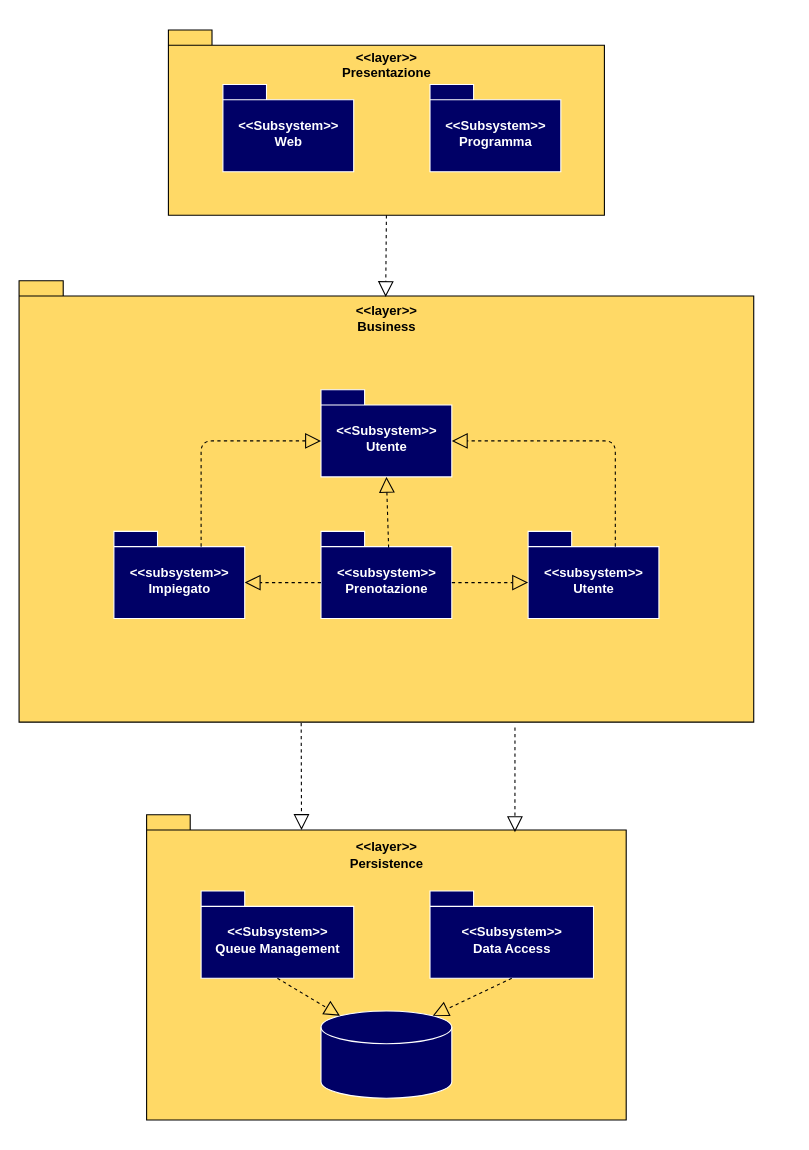
Above: Documenti/SDD/Decoposizione del Sistema/Decoposition.drawio in Givaa/MedQueue (draw.io), before the change. Source tidied: cells renumbered, new cells numbered last; positions are measured from the earlier drawing's top-left corner, leaving out a move shared by most shapes. Both pictures are drawn from the tidied source at 109%, with x=0, y=0 at pixel (19, 29).
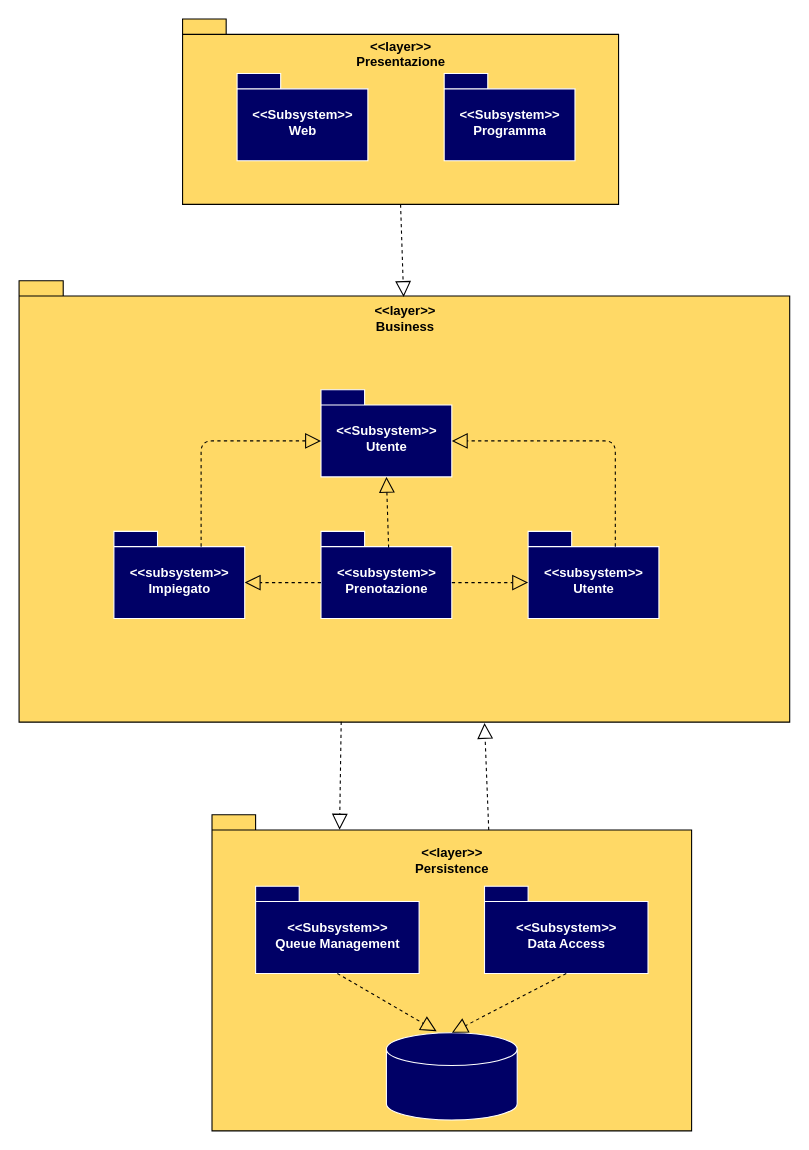
The same diagram, later.

The edit, as a diff of the source:
```diff
@@
     <mxCell id="2" value="&lt;div&gt;&amp;lt;&amp;lt;layer&amp;gt;&amp;gt;&lt;/div&gt;&lt;div&gt;Presentazione&lt;br&gt;&lt;/div&gt;&lt;div&gt;&lt;br&gt;&lt;/div&gt;&lt;div&gt;&lt;br&gt;&lt;/div&gt;&lt;div&gt;&lt;br&gt;&lt;/div&gt;&lt;div&gt;&lt;br&gt;&lt;/div&gt;&lt;div&gt;&lt;br&gt;&lt;/div&gt;&lt;div&gt;&lt;br&gt;&lt;/div&gt;&lt;div&gt;&lt;br&gt;&lt;/div&gt;&lt;div&gt;&lt;br&gt;&lt;/div&gt;" style="shape=folder;fontStyle=1;spacingTop=10;tabWidth=40;tabHeight=14;tabPosition=left;html=1;fillColor=#FFD966;" parent="1" vertex="1">
-      <mxGeometry x="137" width="400" height="170" as="geometry" />
+      <mxGeometry x="150" y="-10" width="400" height="170" as="geometry" />
     </mxCell>
     <mxCell id="3" value="&lt;div&gt;&lt;font color=&quot;#FFFFFF&quot;&gt;&amp;lt;&amp;lt;Subsystem&amp;gt;&amp;gt;&lt;br&gt;&lt;/font&gt;&lt;/div&gt;&lt;div&gt;&lt;font color=&quot;#FFFFFF&quot;&gt;Web&lt;/font&gt;&lt;/div&gt;" style="shape=folder;fontStyle=1;spacingTop=10;tabWidth=40;tabHeight=14;tabPosition=left;html=1;fillColor=#000066;strokeColor=#FFFFFF;" parent="1" vertex="1">
-      <mxGeometry x="187" y="50" width="120" height="80" as="geometry" />
+      <mxGeometry x="200" y="40" width="120" height="80" as="geometry" />
     </mxCell>
     <mxCell id="4" value="&lt;div&gt;&lt;font color=&quot;#FFFFFF&quot;&gt;&amp;lt;&amp;lt;Subsystem&amp;gt;&amp;gt;&lt;br&gt;&lt;/font&gt;&lt;/div&gt;&lt;div&gt;&lt;font color=&quot;#FFFFFF&quot;&gt;Programma&lt;/font&gt;&lt;/div&gt;" style="shape=folder;fontStyle=1;spacingTop=10;tabWidth=40;tabHeight=14;tabPosition=left;html=1;fillColor=#000066;strokeColor=#FFFFFF;" parent="1" vertex="1">
-      <mxGeometry x="377" y="50" width="120" height="80" as="geometry" />
+      <mxGeometry x="390" y="40" width="120" height="80" as="geometry" />
     </mxCell>
     <mxCell id="5" value="&lt;div&gt;&amp;lt;&amp;lt;layer&amp;gt;&amp;gt;&lt;/div&gt;&lt;div&gt;Business&lt;br&gt;&lt;/div&gt;&lt;div&gt;&lt;br&gt;&lt;/div&gt;&lt;div&gt;&lt;br&gt;&lt;/div&gt;&lt;div&gt;&lt;br&gt;&lt;/div&gt;&lt;div&gt;&lt;br&gt;&lt;/div&gt;&lt;div&gt;&lt;br&gt;&lt;/div&gt;&lt;div&gt;&lt;br&gt;&lt;/div&gt;&lt;div&gt;&lt;br&gt;&lt;/div&gt;&lt;div&gt;&lt;br&gt;&lt;/div&gt;&lt;div&gt;&lt;br&gt;&lt;/div&gt;&lt;div&gt;&lt;br&gt;&lt;/div&gt;&lt;div&gt;&lt;br&gt;&lt;/div&gt;&lt;div&gt;&lt;br&gt;&lt;/div&gt;&lt;div&gt;&lt;br&gt;&lt;/div&gt;&lt;div&gt;&lt;br&gt;&lt;/div&gt;&lt;div&gt;&lt;br&gt;&lt;/div&gt;&lt;div&gt;&lt;br&gt;&lt;/div&gt;&lt;div&gt;&lt;br&gt;&lt;/div&gt;&lt;div&gt;&lt;br&gt;&lt;/div&gt;&lt;div&gt;&lt;br&gt;&lt;/div&gt;&lt;div&gt;&lt;br&gt;&lt;/div&gt;&lt;div&gt;&lt;br&gt;&lt;/div&gt;&lt;div&gt;&lt;br&gt;&lt;/div&gt;&lt;div&gt;&lt;br&gt;&lt;/div&gt;&lt;div&gt;&lt;br&gt;&lt;/div&gt;" style="shape=folder;fontStyle=1;spacingTop=10;tabWidth=40;tabHeight=14;tabPosition=left;html=1;fillColor=#FFD966;" parent="1" vertex="1">
-      <mxGeometry y="230" width="674" height="405" as="geometry" />
+      <mxGeometry y="230" width="707" height="405" as="geometry" />
     </mxCell>
@@
     <mxCell id="16" value="&lt;div&gt;&amp;lt;&amp;lt;layer&amp;gt;&amp;gt;&lt;/div&gt;&lt;div&gt;Persistence&lt;br&gt;&lt;/div&gt;&lt;div&gt;&lt;br&gt;&lt;/div&gt;&lt;div&gt;&lt;br&gt;&lt;/div&gt;&lt;div&gt;&lt;br&gt;&lt;/div&gt;&lt;div&gt;&lt;br&gt;&lt;/div&gt;&lt;div&gt;&lt;br&gt;&lt;/div&gt;&lt;div&gt;&lt;br&gt;&lt;/div&gt;&lt;div&gt;&lt;br&gt;&lt;/div&gt;&lt;div&gt;&lt;br&gt;&lt;/div&gt;&lt;div&gt;&lt;br&gt;&lt;/div&gt;&lt;div&gt;&lt;br&gt;&lt;/div&gt;&lt;div&gt;&lt;br&gt;&lt;/div&gt;&lt;div&gt;&lt;br&gt;&lt;/div&gt;&lt;div&gt;&lt;br&gt;&lt;/div&gt;&lt;div&gt;&lt;br&gt;&lt;/div&gt;&lt;div&gt;&lt;br&gt;&lt;/div&gt;" style="shape=folder;fontStyle=1;spacingTop=10;tabWidth=40;tabHeight=14;tabPosition=left;html=1;fillColor=#FFD966;" parent="1" vertex="1">
-      <mxGeometry x="117" y="720" width="440" height="280" as="geometry" />
+      <mxGeometry x="177" y="720" width="440" height="290" as="geometry" />
     </mxCell>
-    <mxCell id="17" value="&lt;div&gt;&lt;font color=&quot;#FFFFFF&quot;&gt;&amp;lt;&amp;lt;Subsystem&amp;gt;&amp;gt;&lt;br&gt;&lt;/font&gt;&lt;/div&gt;&lt;div&gt;&lt;font color=&quot;#FFFFFF&quot;&gt;Queue Management&lt;br&gt;&lt;/font&gt;&lt;/div&gt;" style="shape=folder;fontStyle=1;spacingTop=10;tabWidth=40;tabHeight=14;tabPosition=left;html=1;fillColor=#000066;strokeColor=#FFFFFF;" parent="1" vertex="1">
-      <mxGeometry x="167" y="790" width="140" height="80" as="geometry" />
-    </mxCell>
     <mxCell id="18" value="&lt;div&gt;&lt;font color=&quot;#FFFFFF&quot;&gt;&amp;lt;&amp;lt;Subsystem&amp;gt;&amp;gt;&lt;br&gt;&lt;/font&gt;&lt;/div&gt;&lt;div&gt;&lt;font color=&quot;#FFFFFF&quot;&gt;Data Access&lt;br&gt;&lt;/font&gt;&lt;/div&gt;" style="shape=folder;fontStyle=1;spacingTop=10;tabWidth=40;tabHeight=14;tabPosition=left;html=1;fillColor=#000066;strokeColor=#FFFFFF;" parent="1" vertex="1">
-      <mxGeometry x="377" y="790" width="150" height="80" as="geometry" />
+      <mxGeometry x="427" y="785.6" width="150" height="80" as="geometry" />
     </mxCell>
     <mxCell id="19" style="shape=cylinder3;whiteSpace=wrap;html=1;boundedLbl=1;backgroundOutline=1;size=15;strokeColor=#FFFFFF;gradientColor=none;fillColor=#000066;" parent="1" vertex="1">
-      <mxGeometry x="277" y="900" width="120" height="80" as="geometry" />
+      <mxGeometry x="337" y="920" width="120" height="80" as="geometry" />
     </mxCell>
+    <mxCell id="21" style="endArrow=block;dashed=1;endFill=0;endSize=12;html=1;exitX=0.5;exitY=1;exitDx=0;exitDy=0;exitPerimeter=0;entryX=0.5;entryY=0;entryDx=0;entryDy=0;entryPerimeter=0;" parent="1" edge="1" source="18" target="19">
+      <mxGeometry relative="1" as="geometry" />
+    </mxCell>
+    <mxCell id="24" style="endArrow=block;dashed=1;endFill=0;endSize=12;html=1;exitX=0.418;exitY=0.999;exitDx=0;exitDy=0;exitPerimeter=0;entryX=0.266;entryY=0.047;entryDx=0;entryDy=0;entryPerimeter=0;" parent="1" edge="1" source="5" target="16">
+      <mxGeometry relative="1" as="geometry" />
+    </mxCell>
+    <mxCell id="25" style="endArrow=block;dashed=1;endFill=0;endSize=12;html=1;entryX=0.604;entryY=1.002;entryDx=0;entryDy=0;entryPerimeter=0;exitX=0.577;exitY=0.048;exitDx=0;exitDy=0;exitPerimeter=0;" parent="1" edge="1" source="16" target="5">
+      <mxGeometry relative="1" as="geometry" />
+    </mxCell>
+    <mxCell id="17" value="&lt;div&gt;&lt;font color=&quot;#FFFFFF&quot;&gt;&amp;lt;&amp;lt;Subsystem&amp;gt;&amp;gt;&lt;br&gt;&lt;/font&gt;&lt;/div&gt;&lt;div&gt;&lt;font color=&quot;#FFFFFF&quot;&gt;Queue Management&lt;/font&gt;&lt;/div&gt;" style="shape=folder;fontStyle=1;spacingTop=10;tabWidth=40;tabHeight=14;tabPosition=left;html=1;fillColor=#000066;strokeColor=#FFFFFF;" parent="1" vertex="1">
+      <mxGeometry x="217" y="785.6" width="150" height="80" as="geometry" />
+    </mxCell>
-    <mxCell id="20" style="endArrow=block;dashed=1;endFill=0;endSize=12;html=1;exitX=0.5;exitY=1;exitDx=0;exitDy=0;exitPerimeter=0;entryX=0.145;entryY=0;entryDx=0;entryDy=4.35;entryPerimeter=0;" parent="1" edge="1" source="17" target="19">
+    <mxCell id="20" style="endArrow=block;dashed=1;endFill=0;endSize=12;html=1;exitX=0.5;exitY=1;exitDx=0;exitDy=0;exitPerimeter=0;entryX=0.384;entryY=-0.018;entryDx=0;entryDy=0;entryPerimeter=0;" parent="1" edge="1" source="17" target="19">
       <mxGeometry relative="1" as="geometry" />
     </mxCell>
-    <mxCell id="21" style="endArrow=block;dashed=1;endFill=0;endSize=12;html=1;exitX=0.5;exitY=1;exitDx=0;exitDy=0;exitPerimeter=0;entryX=0.855;entryY=0;entryDx=0;entryDy=4.35;entryPerimeter=0;" parent="1" edge="1" source="18" target="19">
-      <mxGeometry relative="1" as="geometry" />
-    </mxCell>
-    <mxCell id="22" style="endArrow=block;dashed=1;endFill=0;endSize=12;html=1;exitX=0.384;exitY=1.002;exitDx=0;exitDy=0;exitPerimeter=0;entryX=0.323;entryY=0.05;entryDx=0;entryDy=0;entryPerimeter=0;" parent="1" edge="1" source="5" target="16">
-      <mxGeometry relative="1" as="geometry" />
-    </mxCell>
-    <mxCell id="23" style="endArrow=block;dashed=1;endFill=0;endSize=12;html=1;exitX=0.675;exitY=1.012;exitDx=0;exitDy=0;exitPerimeter=0;entryX=0.768;entryY=0.057;entryDx=0;entryDy=0;entryPerimeter=0;" parent="1" edge="1" source="5" target="16">
-      <mxGeometry relative="1" as="geometry" />
-    </mxCell>
```
